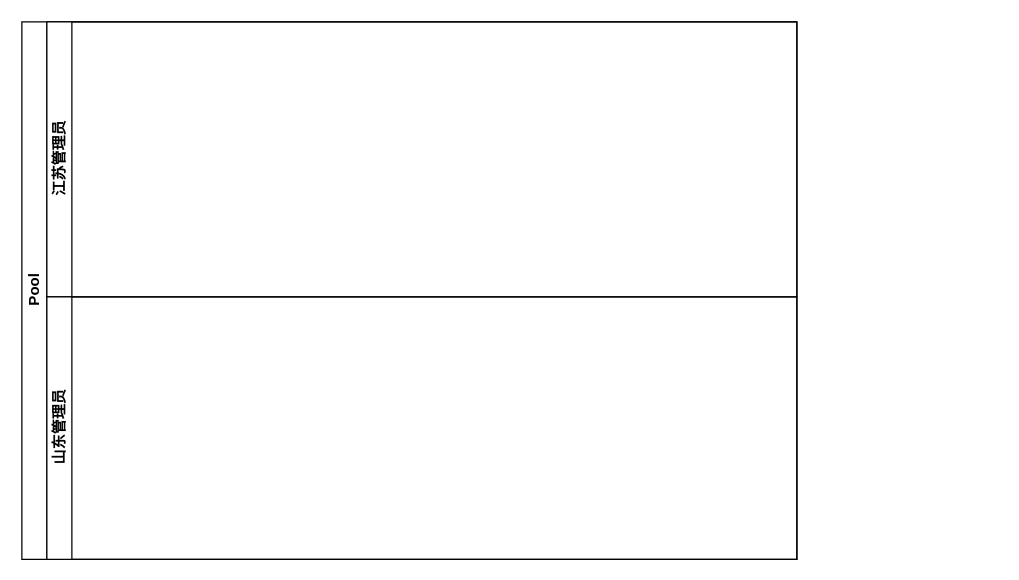
158698706/tt4a keeps this draw.io diagram as 系统功能流程图/外部账号跨区调整.drawio. Above is the earlier version. Source tidied: cells renumbered, new cells numbered last; positions are measured from the earlier drawing's top-left corner, leaving out a move shared by most shapes. Both pictures are drawn from the tidied source at 125%, with x=0, y=0 at pixel (21, 21).
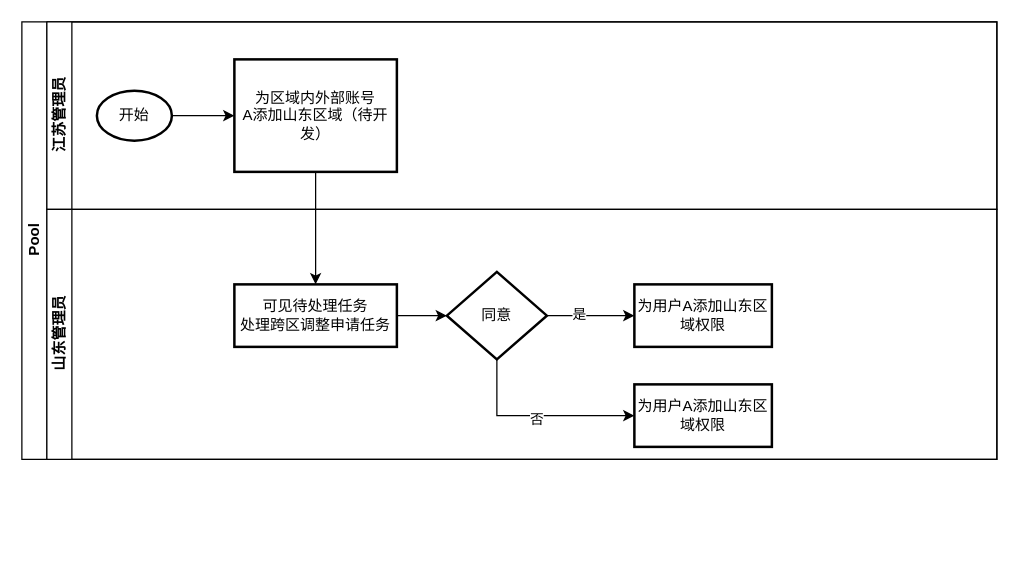
The same page after the edit.

Commit message (it also covers changes not shown here):
更新外部账号跨区调整.drawio

The edit, as a diff of the source:
```diff
@@
 <mxGraphModel>
   <root>
     <mxCell id="0" />
     <mxCell id="1" parent="0" />
     <mxCell id="2" value="Pool" style="swimlane;html=1;horizontal=0;startSize=20;" parent="1" vertex="1">
-      <mxGeometry width="620" height="430" as="geometry" />
+      <mxGeometry width="780" height="350" as="geometry" />
     </mxCell>
     <mxCell id="3" value="江苏管理员" style="swimlane;html=1;startSize=20;horizontal=0;" parent="2" vertex="1">
-      <mxGeometry x="20" width="600" height="220" as="geometry" />
+      <mxGeometry x="20" width="760" height="150" as="geometry" />
     </mxCell>
+    <mxCell id="5" style="edgeStyle=orthogonalEdgeStyle;rounded=0;jettySize=auto;html=1;entryX=0;entryY=0.5;entryDx=0;entryDy=0;exitX=1;exitY=0.5;exitDx=0;exitDy=0;exitPerimeter=0;" parent="3" edge="1" source="6" target="7">
+      <mxGeometry relative="1" as="geometry" />
+    </mxCell>
+    <mxCell id="6" value="开始" style="strokeWidth=2;html=1;shape=mxgraph.flowchart.start_1;whiteSpace=wrap;" parent="3" vertex="1">
+      <mxGeometry x="40" y="55" width="60" height="40" as="geometry" />
+    </mxCell>
+    <mxCell id="7" value="为区域内外部账号&lt;br&gt;A添加山东区域（待开发）" style="whiteSpace=wrap;html=1;strokeWidth=2;" parent="3" vertex="1">
+      <mxGeometry x="150" y="30" width="130" height="90" as="geometry" />
+    </mxCell>
     <mxCell id="4" value="山东管理员" style="swimlane;html=1;startSize=20;horizontal=0;" parent="2" vertex="1">
-      <mxGeometry x="20" y="220" width="600" height="210" as="geometry" />
+      <mxGeometry x="20" y="150" width="760" height="200" as="geometry" />
     </mxCell>
+    <mxCell id="8" style="edgeStyle=orthogonalEdgeStyle;rounded=0;jettySize=auto;html=1;entryX=0;entryY=0.5;entryDx=0;entryDy=0;" parent="4" edge="1" source="9" target="14">
+      <mxGeometry relative="1" as="geometry" />
+    </mxCell>
+    <mxCell id="9" value="可见待处理任务&lt;br&gt;处理跨区调整申请任务" style="whiteSpace=wrap;html=1;strokeWidth=2;" parent="4" vertex="1">
+      <mxGeometry x="150" y="60" width="130" height="50" as="geometry" />
+    </mxCell>
+    <mxCell id="10" style="edgeStyle=orthogonalEdgeStyle;rounded=0;jettySize=auto;html=1;entryX=0;entryY=0.5;entryDx=0;entryDy=0;" parent="4" edge="1" source="14" target="15">
+      <mxGeometry relative="1" as="geometry" />
+    </mxCell>
+    <mxCell id="11" value="是" style="edgeLabel;html=1;align=center;verticalAlign=middle;" parent="10" vertex="1">
+      <mxGeometry x="-0.28" y="2" relative="1" as="geometry" />
+    </mxCell>
+    <mxCell id="12" style="edgeStyle=orthogonalEdgeStyle;rounded=0;jettySize=auto;html=1;exitX=0.5;exitY=1;exitDx=0;exitDy=0;entryX=0;entryY=0.5;entryDx=0;entryDy=0;" parent="4" edge="1" source="14" target="16">
+      <mxGeometry relative="1" as="geometry" />
+    </mxCell>
+    <mxCell id="13" value="否" style="edgeLabel;html=1;align=center;verticalAlign=middle;" parent="12" vertex="1">
+      <mxGeometry x="-0.02" y="-2" relative="1" as="geometry" />
+    </mxCell>
+    <mxCell id="14" value="同意" style="rhombus;whiteSpace=wrap;html=1;strokeWidth=2;" parent="4" vertex="1">
+      <mxGeometry x="320" y="50" width="80" height="70" as="geometry" />
+    </mxCell>
+    <mxCell id="15" value="为用户A添加山东区域权限" style="whiteSpace=wrap;html=1;strokeWidth=2;" parent="4" vertex="1">
+      <mxGeometry x="470" y="60" width="110" height="50" as="geometry" />
+    </mxCell>
+    <mxCell id="16" value="为用户A添加山东区域权限" style="whiteSpace=wrap;html=1;strokeWidth=2;" parent="4" vertex="1">
+      <mxGeometry x="470" y="140" width="110" height="50" as="geometry" />
+    </mxCell>
+    <mxCell id="17" style="edgeStyle=orthogonalEdgeStyle;rounded=0;jettySize=auto;html=1;entryX=0.5;entryY=0;entryDx=0;entryDy=0;" parent="2" edge="1" source="7" target="9">
+      <mxGeometry relative="1" as="geometry" />
+    </mxCell>
   </root>
 </mxGraphModel>
```
